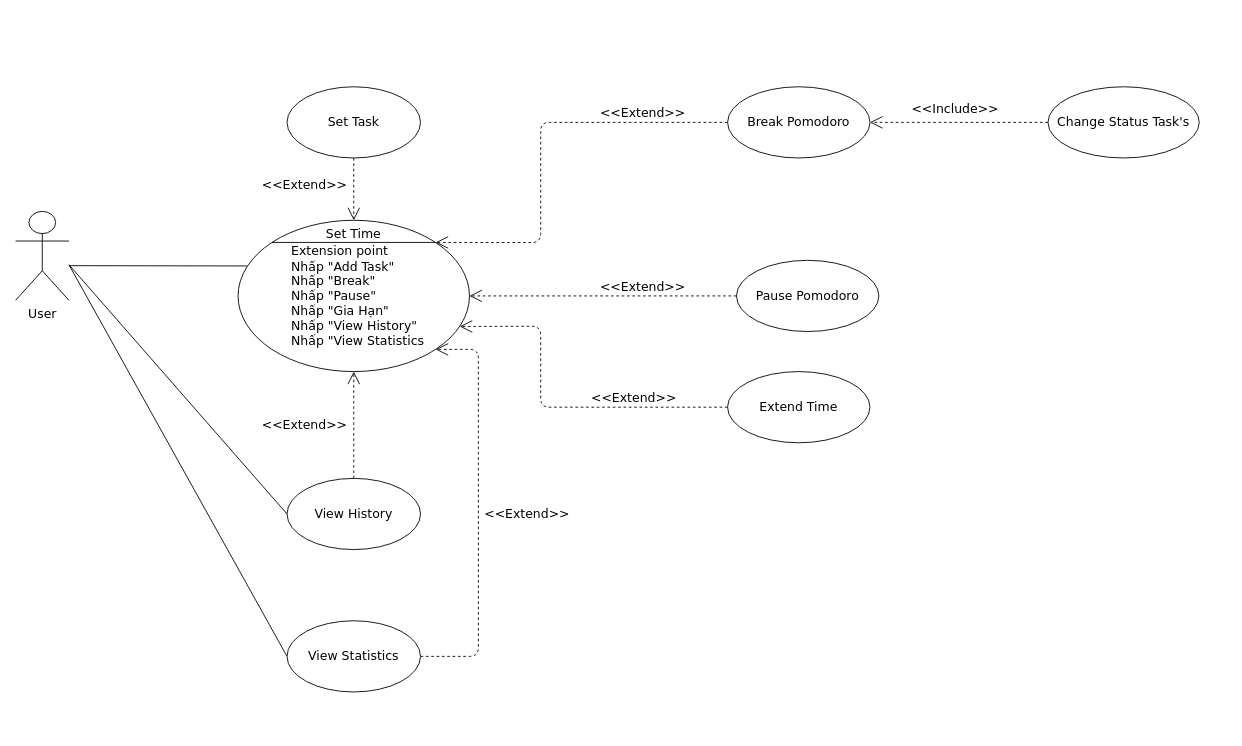
Merevoli-DatLuu/To-Do-App keeps this draw.io diagram as ToDoApp-Doc/Document/Diagram/UseCase/Pomodoro/Pomodoro_UseCase.drawio. Above is the earlier version. Source tidied: cells renumbered, new cells numbered last; positions are measured from the earlier drawing's top-left corner, leaving out a move shared by most shapes. Both pictures are drawn from the tidied source at 89%, with x=0, y=0 at pixel (15, 86).
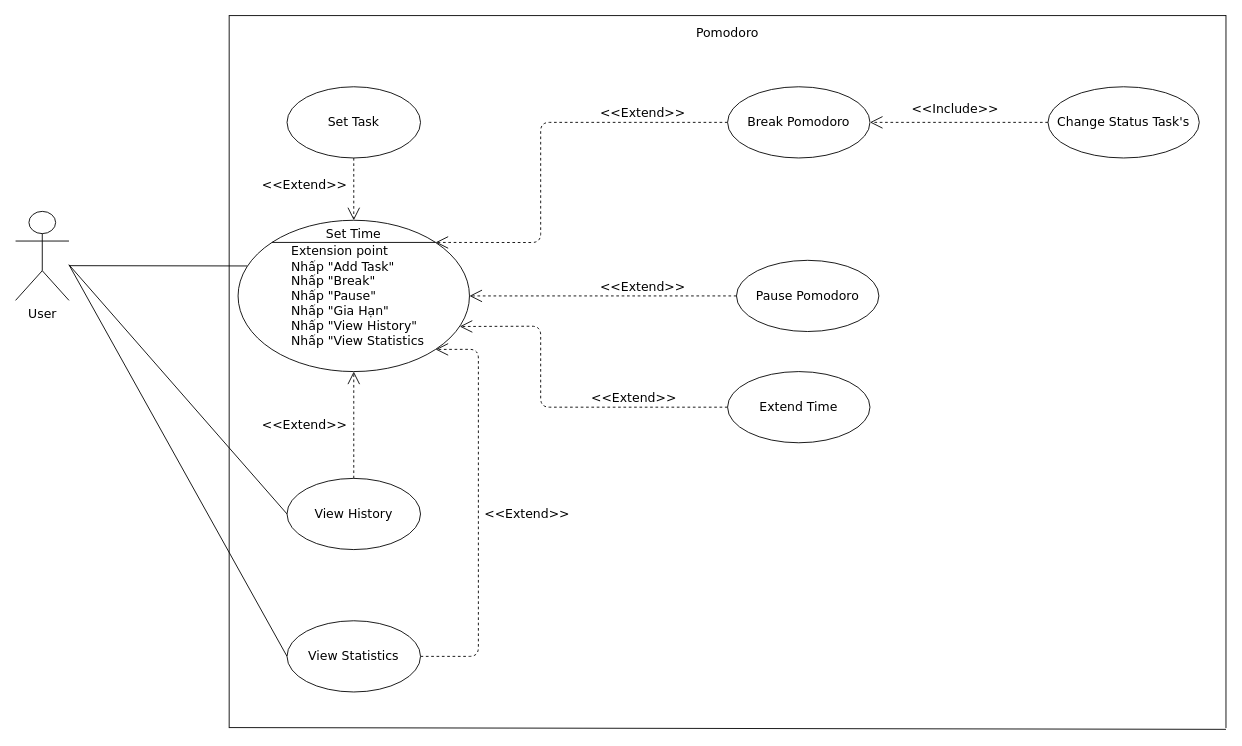
Above is the later version.

What changed in the source:
```diff
@@
+    <mxCell id="31" style="shape=partialRectangle;whiteSpace=wrap;html=1;top=0;bottom=0;fillColor=none;" parent="1" vertex="1">
+      <mxGeometry x="240" y="-80" width="1120" height="800" as="geometry" />
+    </mxCell>
+    <mxCell id="32" style="endArrow=none;html=1;exitX=0;exitY=0;exitDx=0;exitDy=0;entryX=1;entryY=0;entryDx=0;entryDy=0;" parent="1" edge="1" source="31" target="31">
+      <mxGeometry relative="1" as="geometry" />
+    </mxCell>
+    <mxCell id="33" style="endArrow=none;html=1;exitX=0;exitY=0;exitDx=0;exitDy=0;" parent="1" edge="1">
+      <mxGeometry relative="1" as="geometry">
+        <mxPoint x="240" y="720" as="sourcePoint" />
+        <mxPoint x="1360" y="722" as="targetPoint" />
+      </mxGeometry>
+    </mxCell>
+    <mxCell id="34" value="Pomodoro" style="text;html=1;strokeColor=none;fillColor=none;align=center;verticalAlign=middle;whiteSpace=wrap;rounded=0;fontFamily=Verdana;fontSize=14;" parent="1" vertex="1">
+      <mxGeometry x="735" y="-80" width="130" height="40" as="geometry" />
+    </mxCell>
```
